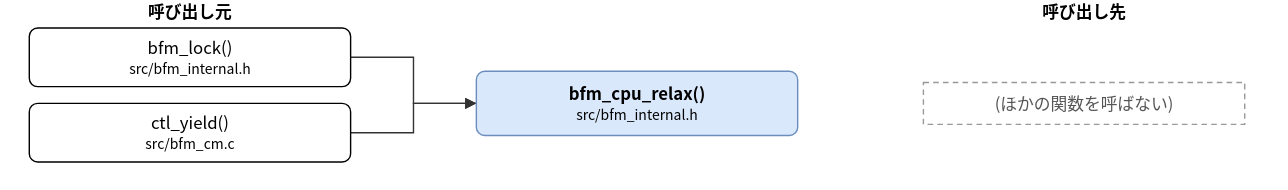
Earlier version of the draw.io export doc/spec/images/call_src_bfm_internal-bfm_cpu_relax.drawio.svg (hf355051012-ai/bfmem). Source tidied: cells renumbered, new cells last; positions are measured from the earlier drawing's top-left corner, leaving out a move shared by most shapes.
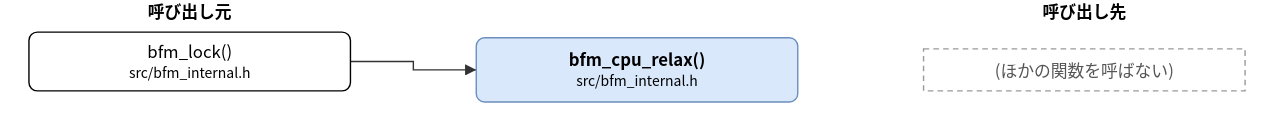
The same diagram one commit later.

What changed in the source:
```diff
@@ -3,33 +3,22 @@
     <mxCell id="0" />
     <mxCell id="1" parent="0" />
     <mxCell id="2" value="bfm_cpu_relax()&lt;br&gt;&lt;font style=&quot;font-size:10px&quot;&gt;src/bfm_internal.h&lt;/font&gt;" style="rounded=1;whiteSpace=wrap;html=1;fillColor=#dae8fc;strokeColor=#6c8ebf;fontStyle=1;" parent="1" vertex="1">
-      <mxGeometry x="320" y="51" width="230" height="46" as="geometry" />
+      <mxGeometry x="320" y="27" width="230" height="46" as="geometry" />
     </mxCell>
     <mxCell id="3" value="bfm_lock()&lt;br&gt;&lt;font style=&quot;font-size:10px&quot;&gt;src/bfm_internal.h&lt;/font&gt;" style="rounded=1;whiteSpace=wrap;html=1;" parent="1" vertex="1">
-      <mxGeometry y="20" width="230" height="42" as="geometry" />
+      <mxGeometry y="23" width="230" height="42" as="geometry" />
     </mxCell>
-    <mxCell id="4" value="ctl_yield()&lt;br&gt;&lt;font style=&quot;font-size:10px&quot;&gt;src/bfm_cm.c&lt;/font&gt;" style="rounded=1;whiteSpace=wrap;html=1;" parent="1" vertex="1">
-      <mxGeometry y="74" width="230" height="42" as="geometry" />
-    </mxCell>
     <mxCell id="5" value="(ほかの関数を呼ばない)" style="rounded=0;whiteSpace=wrap;html=1;dashed=1;strokeColor=#999999;fontColor=#555555;dashed=1;" parent="1" vertex="1">
-      <mxGeometry x="640" y="59" width="230" height="30" as="geometry" />
+      <mxGeometry x="640" y="35" width="230" height="30" as="geometry" />
     </mxCell>
     <mxCell id="6" style="edgeStyle=none;html=1;rounded=0;endArrow=block;endFill=1;exitX=1.0000;exitY=0.5000;exitDx=0;exitDy=0;exitPerimeter=0;entryX=0.0000;entryY=0.5000;entryDx=0;entryDy=0;entryPerimeter=0;" parent="1" edge="1" source="3" target="2">
       <mxGeometry relative="1" as="geometry">
         <Array as="points">
-          <mxPoint x="275" y="41" />
-          <mxPoint x="275" y="74" />
+          <mxPoint x="275" y="44" />
+          <mxPoint x="275" y="50" />
         </Array>
       </mxGeometry>
     </mxCell>
-    <mxCell id="7" style="edgeStyle=none;html=1;rounded=0;endArrow=block;endFill=1;exitX=1.0000;exitY=0.5000;exitDx=0;exitDy=0;exitPerimeter=0;entryX=0.0000;entryY=0.5000;entryDx=0;entryDy=0;entryPerimeter=0;" parent="1" edge="1" source="4" target="2">
-      <mxGeometry relative="1" as="geometry">
-        <Array as="points">
-          <mxPoint x="275" y="95" />
-          <mxPoint x="275" y="74" />
-        </Array>
-      </mxGeometry>
-    </mxCell>
     <mxCell id="8" value="呼び出し元" style="text;html=1;align=center;fontStyle=1;" parent="1" vertex="1">
       <mxGeometry x="35" width="160" height="18" as="geometry" />
     </mxCell>
```
